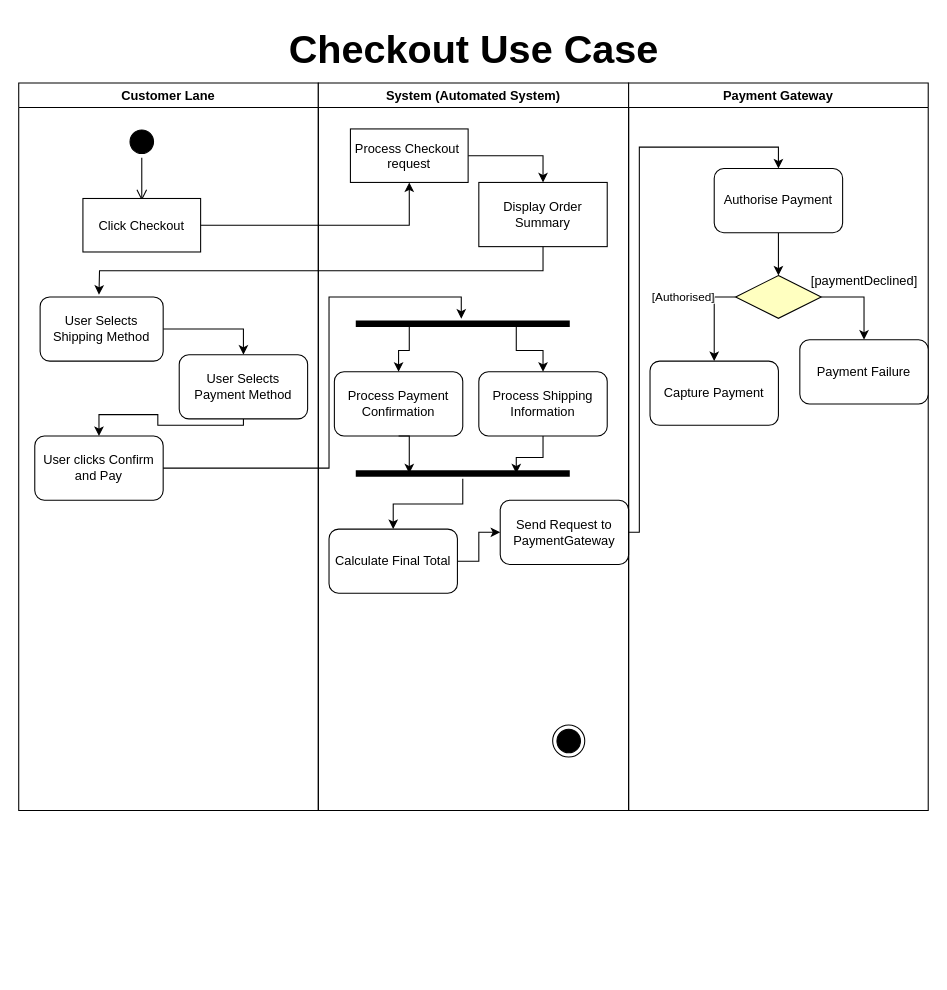
Above: ebay-1.drawio in AhmedElamari/Software-design-saved (draw.io), before the change. Source tidied: cells renumbered, new cells numbered last; positions are measured from the earlier drawing's top-left corner, leaving out a move shared by most shapes. Both pictures are drawn from the tidied source at 107%, with x=0, y=0 at pixel (18, 18).
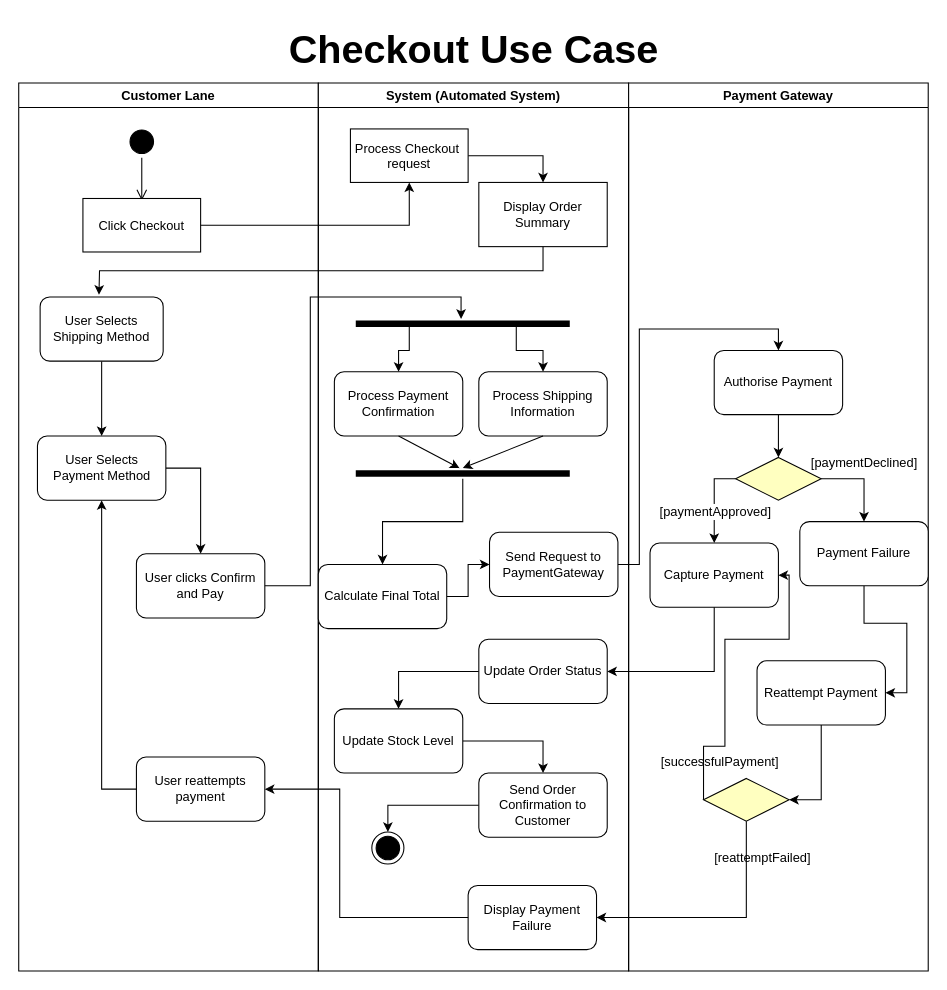
The same page after the edit.

The change refers to these unchanged cells:
```xml
<mxCell id="7" value="User Selects Shipping Method" style="rounded=1;whiteSpace=wrap;html=1;" parent="2" vertex="1">
  <mxGeometry x="20" y="200" width="115" height="60" as="geometry" />
</mxCell>
<mxCell id="15" value="Process Payment Confirmation" style="rounded=1;whiteSpace=wrap;html=1;" parent="11" vertex="1">
  <mxGeometry x="15" y="270" width="120" height="60" as="geometry" />
</mxCell>
<mxCell id="16" value="Process Shipping Information" style="rounded=1;whiteSpace=wrap;html=1;" parent="11" vertex="1">
  <mxGeometry x="150" y="270" width="120" height="60" as="geometry" />
</mxCell>
<mxCell id="19" style="shape=line;html=1;strokeWidth=6;strokeColor=#000000;" parent="11" vertex="1">
  <mxGeometry x="35" y="220" width="200" height="10" as="geometry" />
</mxCell>
<mxCell id="21" style="shape=line;html=1;strokeWidth=6;strokeColor=#000000;" parent="11" vertex="1">
  <mxGeometry x="35" y="360" width="200" height="10" as="geometry" />
</mxCell>
```

What changed in the source:
```diff
@@
     <mxCell id="2" value="Customer Lane" style="swimlane;whiteSpace=wrap;" parent="1" vertex="1">
-      <mxGeometry y="60" width="280" height="680" as="geometry" />
+      <mxGeometry y="60" width="280" height="830" as="geometry" />
     </mxCell>
@@
-    <mxCell id="6" style="edgeStyle=orthogonalEdgeStyle;rounded=0;jettySize=auto;html=1;exitX=1;exitY=0.5;exitDx=0;exitDy=0;entryX=0.5;entryY=0;entryDx=0;entryDy=0;" parent="2" edge="1" source="7" target="9">
+    <mxCell id="6" style="edgeStyle=orthogonalEdgeStyle;rounded=0;jettySize=auto;html=1;exitX=0.5;exitY=1;exitDx=0;exitDy=0;entryX=0.5;entryY=0;entryDx=0;entryDy=0;" parent="2" edge="1" source="7" target="9">
       <mxGeometry relative="1" as="geometry" />
     </mxCell>
@@
-    <mxCell id="8" style="edgeStyle=orthogonalEdgeStyle;rounded=0;jettySize=auto;html=1;exitX=0.5;exitY=1;exitDx=0;exitDy=0;entryX=0.5;entryY=0;entryDx=0;entryDy=0;" parent="2" edge="1" source="9" target="10">
-      <mxGeometry relative="1" as="geometry">
-        <Array as="points">
-          <mxPoint x="210" y="320" />
-          <mxPoint x="130" y="320" />
-          <mxPoint x="130" y="310" />
-          <mxPoint x="75" y="310" />
-        </Array>
-      </mxGeometry>
+    <mxCell id="8" style="edgeStyle=orthogonalEdgeStyle;rounded=0;jettySize=auto;html=1;exitX=1;exitY=0.5;exitDx=0;exitDy=0;entryX=0.5;entryY=0;entryDx=0;entryDy=0;" parent="2" edge="1" source="9" target="10">
+      <mxGeometry relative="1" as="geometry" />
     </mxCell>
     <mxCell id="9" value="User Selects Payment Method" style="rounded=1;whiteSpace=wrap;html=1;" parent="2" vertex="1">
-      <mxGeometry x="150" y="254" width="120" height="60" as="geometry" />
+      <mxGeometry x="17.5" y="330" width="120" height="60" as="geometry" />
     </mxCell>
     <mxCell id="10" value="User clicks Confirm and Pay" style="rounded=1;whiteSpace=wrap;html=1;" parent="2" vertex="1">
-      <mxGeometry x="15" y="330" width="120" height="60" as="geometry" />
+      <mxGeometry x="110" y="440" width="120" height="60" as="geometry" />
     </mxCell>
+    <mxCell id="43" style="edgeStyle=orthogonalEdgeStyle;rounded=0;jettySize=auto;html=1;exitX=0;exitY=0.5;exitDx=0;exitDy=0;entryX=0.5;entryY=1;entryDx=0;entryDy=0;" parent="2" edge="1" source="44" target="9">
+      <mxGeometry relative="1" as="geometry" />
+    </mxCell>
+    <mxCell id="44" value="User reattempts payment" style="rounded=1;whiteSpace=wrap;html=1;" parent="2" vertex="1">
+      <mxGeometry x="110" y="630" width="120" height="60" as="geometry" />
+    </mxCell>
     <mxCell id="11" value="System (Automated System)" style="swimlane;whiteSpace=wrap;html=1;" parent="1" vertex="1">
-      <mxGeometry x="280" y="60" width="290" height="680" as="geometry" />
+      <mxGeometry x="280" y="60" width="290" height="830" as="geometry" />
     </mxCell>
@@
-    <mxCell id="22" style="edgeStyle=orthogonalEdgeStyle;rounded=0;jettySize=auto;html=1;exitX=0.5;exitY=1;exitDx=0;exitDy=0;entryX=0.25;entryY=0.5;entryDx=0;entryDy=0;entryPerimeter=0;" parent="11" edge="1" source="15" target="21">
-      <mxGeometry relative="1" as="geometry" />
-    </mxCell>
-    <mxCell id="23" style="edgeStyle=orthogonalEdgeStyle;rounded=0;jettySize=auto;html=1;exitX=0.5;exitY=1;exitDx=0;exitDy=0;entryX=0.75;entryY=0.5;entryDx=0;entryDy=0;entryPerimeter=0;" parent="11" edge="1" source="16" target="21">
-      <mxGeometry relative="1" as="geometry" />
-    </mxCell>
@@
     <mxCell id="25" value="Calculate Final Total" style="rounded=1;whiteSpace=wrap;html=1;" parent="11" vertex="1">
-      <mxGeometry x="10" y="417" width="120" height="60" as="geometry" />
+      <mxGeometry y="450" width="120" height="60" as="geometry" />
     </mxCell>
     <mxCell id="26" value="Send Request to PaymentGateway" style="rounded=1;whiteSpace=wrap;html=1;" parent="11" vertex="1">
-      <mxGeometry x="170" y="390" width="120" height="60" as="geometry" />
+      <mxGeometry x="160" y="420" width="120" height="60" as="geometry" />
     </mxCell>
-    <mxCell id="27" style="ellipse;html=1;shape=endState;fillColor=#000000;strokeColor=light-dark(#000000, #ff9090);" parent="11" vertex="1">
-      <mxGeometry x="219" y="600" width="30" height="30" as="geometry" />
-    </mxCell>
+    <mxCell id="45" style="edgeStyle=orthogonalEdgeStyle;rounded=0;jettySize=auto;html=1;exitX=0;exitY=0.5;exitDx=0;exitDy=0;entryX=0.5;entryY=0;entryDx=0;entryDy=0;" parent="11" edge="1" source="46" target="48">
+      <mxGeometry relative="1" as="geometry" />
+    </mxCell>
+    <mxCell id="46" value="Update Order Status" style="rounded=1;whiteSpace=wrap;html=1;" parent="11" vertex="1">
+      <mxGeometry x="150" y="520" width="120" height="60" as="geometry" />
+    </mxCell>
+    <mxCell id="47" style="edgeStyle=orthogonalEdgeStyle;rounded=0;jettySize=auto;html=1;exitX=1;exitY=0.5;exitDx=0;exitDy=0;entryX=0.5;entryY=0;entryDx=0;entryDy=0;" parent="11" edge="1" source="48" target="50">
+      <mxGeometry relative="1" as="geometry" />
+    </mxCell>
+    <mxCell id="48" value="Update Stock Level" style="rounded=1;whiteSpace=wrap;html=1;" parent="11" vertex="1">
+      <mxGeometry x="15" y="585" width="120" height="60" as="geometry" />
+    </mxCell>
+    <mxCell id="49" style="edgeStyle=orthogonalEdgeStyle;rounded=0;jettySize=auto;html=1;exitX=0;exitY=0.5;exitDx=0;exitDy=0;entryX=0.5;entryY=0;entryDx=0;entryDy=0;" parent="11" edge="1" source="50" target="51">
+      <mxGeometry relative="1" as="geometry" />
+    </mxCell>
+    <mxCell id="50" value="Send Order Confirmation to Customer" style="rounded=1;whiteSpace=wrap;html=1;" parent="11" vertex="1">
+      <mxGeometry x="150" y="645" width="120" height="60" as="geometry" />
+    </mxCell>
+    <mxCell id="51" style="ellipse;html=1;shape=endState;fillColor=#000000;strokeColor=#000000;fontColor=#000000;" parent="11" vertex="1">
+      <mxGeometry x="50" y="700" width="30" height="30" as="geometry" />
+    </mxCell>
+    <mxCell id="52" value="Display Payment Failure" style="rounded=1;whiteSpace=wrap;html=1;" parent="11" vertex="1">
+      <mxGeometry x="140" y="750" width="120" height="60" as="geometry" />
+    </mxCell>
+    <mxCell id="53" style="endArrow=classic;html=1;rounded=0;exitX=0.5;exitY=1;exitDx=0;exitDy=0;" parent="11" edge="1" source="15">
+      <mxGeometry relative="1" as="geometry">
+        <mxPoint x="132" y="360" as="targetPoint" />
+      </mxGeometry>
+    </mxCell>
+    <mxCell id="54" style="endArrow=classic;html=1;rounded=0;exitX=0.5;exitY=1;exitDx=0;exitDy=0;" parent="11" edge="1" source="16">
+      <mxGeometry relative="1" as="geometry">
+        <mxPoint x="135" y="360" as="targetPoint" />
+      </mxGeometry>
+    </mxCell>
     <mxCell id="28" value="Payment Gateway" style="swimlane;whiteSpace=wrap;" parent="1" vertex="1">
-      <mxGeometry x="570" y="60" width="280" height="680" as="geometry" />
+      <mxGeometry x="570" y="60" width="280" height="830" as="geometry" />
     </mxCell>
@@
     <mxCell id="30" value="Authorise Payment" style="rounded=1;whiteSpace=wrap;html=1;" parent="28" vertex="1">
-      <mxGeometry x="80" y="80" width="120" height="60" as="geometry" />
+      <mxGeometry x="80" y="250" width="120" height="60" as="geometry" />
     </mxCell>
-    <mxCell id="31" style="edgeStyle=orthogonalEdgeStyle;rounded=0;jettySize=auto;html=1;exitX=0;exitY=0.5;exitDx=0;exitDy=0;entryX=0.5;entryY=0;entryDx=0;entryDy=0;" parent="28" edge="1" source="34" target="35">
+    <mxCell id="31" style="edgeStyle=orthogonalEdgeStyle;rounded=0;jettySize=auto;html=1;exitX=0;exitY=0.5;exitDx=0;exitDy=0;entryX=0.5;entryY=0;entryDx=0;entryDy=0;fontSize=12;" parent="28" edge="1" source="34" target="35">
       <mxGeometry relative="1" as="geometry" />
     </mxCell>
-    <mxCell id="32" value="[Authorised]" style="edgeLabel;html=1;align=center;verticalAlign=middle;" parent="31" vertex="1">
+    <mxCell id="32" value="&lt;span style=&quot;font-size: 12px;&quot;&gt;[paymentApproved]&lt;/span&gt;" style="edgeLabel;html=1;align=center;verticalAlign=middle;" parent="31" vertex="1">
       <mxGeometry x="0.16" y="10" relative="1" as="geometry">
-        <mxPoint x="-40" y="-27" as="offset" />
+        <mxPoint x="-10" y="4" as="offset" />
       </mxGeometry>
     </mxCell>
@@
     <mxCell id="34" style="rhombus;whiteSpace=wrap;html=1;fontColor=#000000;fillColor=#ffffc0;strokeColor=#000000;" parent="28" vertex="1">
-      <mxGeometry x="100" y="180" width="80" height="40" as="geometry" />
+      <mxGeometry x="100" y="350" width="80" height="40" as="geometry" />
     </mxCell>
     <mxCell id="35" value="Capture Payment" style="rounded=1;whiteSpace=wrap;html=1;" parent="28" vertex="1">
-      <mxGeometry x="20" y="260" width="120" height="60" as="geometry" />
+      <mxGeometry x="20" y="430" width="120" height="60" as="geometry" />
     </mxCell>
+    <mxCell id="55" style="edgeStyle=orthogonalEdgeStyle;rounded=0;jettySize=auto;html=1;exitX=0.5;exitY=1;exitDx=0;exitDy=0;entryX=1;entryY=0.5;entryDx=0;entryDy=0;" parent="28" edge="1" source="36" target="57">
+      <mxGeometry relative="1" as="geometry" />
+    </mxCell>
     <mxCell id="36" value="Payment Failure" style="rounded=1;whiteSpace=wrap;html=1;" parent="28" vertex="1">
-      <mxGeometry x="160" y="240" width="120" height="60" as="geometry" />
+      <mxGeometry x="160" y="410" width="120" height="60" as="geometry" />
     </mxCell>
     <mxCell id="37" value="[paymentDeclined]" style="text;html=1;align=center;verticalAlign=middle;strokeColor=none;fillColor=none;" parent="28" vertex="1">
-      <mxGeometry x="160" y="170" width="120" height="30" as="geometry" />
+      <mxGeometry x="160" y="340" width="120" height="30" as="geometry" />
     </mxCell>
+    <mxCell id="56" style="edgeStyle=orthogonalEdgeStyle;rounded=0;jettySize=auto;html=1;exitX=0.5;exitY=1;exitDx=0;exitDy=0;entryX=1;entryY=0.5;entryDx=0;entryDy=0;" parent="28" edge="1" source="57" target="59">
+      <mxGeometry relative="1" as="geometry" />
+    </mxCell>
+    <mxCell id="57" value="Reattempt Payment" style="rounded=1;whiteSpace=wrap;html=1;" parent="28" vertex="1">
+      <mxGeometry x="120" y="540" width="120" height="60" as="geometry" />
+    </mxCell>
+    <mxCell id="58" style="edgeStyle=orthogonalEdgeStyle;rounded=0;jettySize=auto;html=1;exitX=0;exitY=0.5;exitDx=0;exitDy=0;entryX=1;entryY=0.5;entryDx=0;entryDy=0;" parent="28" edge="1" source="59" target="35">
+      <mxGeometry relative="1" as="geometry">
+        <Array as="points">
+          <mxPoint x="70" y="620" />
+          <mxPoint x="90" y="620" />
+          <mxPoint x="90" y="520" />
+          <mxPoint x="150" y="520" />
+          <mxPoint x="150" y="460" />
+        </Array>
+      </mxGeometry>
+    </mxCell>
+    <mxCell id="59" style="rhombus;whiteSpace=wrap;html=1;fontColor=#000000;fillColor=#ffffc0;strokeColor=#000000;" parent="28" vertex="1">
+      <mxGeometry x="70" y="650" width="80" height="40" as="geometry" />
+    </mxCell>
+    <mxCell id="60" value="[successfulPayment]" style="text;html=1;align=center;verticalAlign=middle;strokeColor=none;fillColor=none;" parent="28" vertex="1">
+      <mxGeometry x="20" y="620" width="130" height="30" as="geometry" />
+    </mxCell>
+    <mxCell id="61" value="[reattemptFailed]" style="text;html=1;align=center;verticalAlign=middle;strokeColor=none;fillColor=none;" parent="28" vertex="1">
+      <mxGeometry x="70" y="710" width="110" height="30" as="geometry" />
+    </mxCell>
@@
+    <mxCell id="62" style="edgeStyle=orthogonalEdgeStyle;rounded=0;jettySize=auto;html=1;exitX=1;exitY=0.5;exitDx=0;exitDy=0;entryX=0.5;entryY=0;entryDx=0;entryDy=0;" parent="1" edge="1" source="26" target="30">
+      <mxGeometry relative="1" as="geometry">
+        <Array as="points">
+          <mxPoint x="580" y="510" />
+          <mxPoint x="580" y="290" />
+          <mxPoint x="710" y="290" />
+        </Array>
+      </mxGeometry>
+    </mxCell>
+    <mxCell id="63" style="edgeStyle=orthogonalEdgeStyle;rounded=0;jettySize=auto;html=1;exitX=0.5;exitY=1;exitDx=0;exitDy=0;entryX=1;entryY=0.5;entryDx=0;entryDy=0;" parent="1" edge="1" source="35" target="46">
+      <mxGeometry relative="1" as="geometry" />
+    </mxCell>
-    <mxCell id="41" style="edgeStyle=orthogonalEdgeStyle;rounded=0;jettySize=auto;html=1;exitX=1;exitY=0.5;exitDx=0;exitDy=0;entryX=0.493;entryY=0.033;entryDx=0;entryDy=0;entryPerimeter=0;" parent="1" edge="1" source="10" target="19">
-      <mxGeometry relative="1" as="geometry">
-        <Array as="points">
-          <mxPoint x="290" y="420" />
-          <mxPoint x="290" y="260" />
-          <mxPoint x="414" y="260" />
-        </Array>
-      </mxGeometry>
+    <mxCell id="41" style="edgeStyle=orthogonalEdgeStyle;rounded=0;jettySize=auto;html=1;exitX=1;exitY=0.5;exitDx=0;exitDy=0;entryX=0.492;entryY=0.054;entryDx=0;entryDy=0;entryPerimeter=0;" parent="1" edge="1" source="10" target="19">
+      <mxGeometry relative="1" as="geometry" />
     </mxCell>
-    <mxCell id="42" style="edgeStyle=orthogonalEdgeStyle;rounded=0;jettySize=auto;html=1;exitX=1;exitY=0.5;exitDx=0;exitDy=0;entryX=0.5;entryY=0;entryDx=0;entryDy=0;" parent="1" edge="1" source="26">
-      <mxGeometry relative="1" as="geometry">
-        <mxPoint x="710" y="140" as="targetPoint" />
-        <Array as="points">
-          <mxPoint x="580" y="480" />
-          <mxPoint x="580" y="120" />
-          <mxPoint x="710" y="120" />
-        </Array>
-      </mxGeometry>
-    </mxCell>
+    <mxCell id="64" style="edgeStyle=orthogonalEdgeStyle;rounded=0;jettySize=auto;html=1;exitX=0.5;exitY=1;exitDx=0;exitDy=0;entryX=1;entryY=0.5;entryDx=0;entryDy=0;" parent="1" edge="1" source="59" target="52">
+      <mxGeometry relative="1" as="geometry" />
+    </mxCell>
+    <mxCell id="65" style="edgeStyle=orthogonalEdgeStyle;rounded=0;jettySize=auto;html=1;exitX=0;exitY=0.5;exitDx=0;exitDy=0;entryX=1;entryY=0.5;entryDx=0;entryDy=0;" parent="1" edge="1" source="52" target="44">
+      <mxGeometry relative="1" as="geometry">
+        <Array as="points">
+          <mxPoint x="300" y="840" />
+          <mxPoint x="300" y="720" />
+        </Array>
+      </mxGeometry>
+    </mxCell>
```
